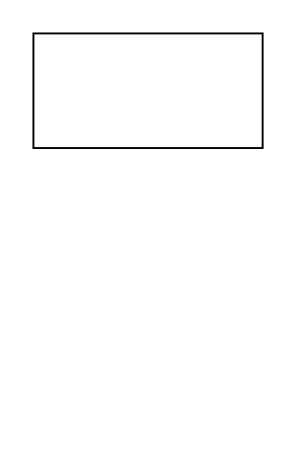
Before: Untitled Diagram.drawio in sampsonguo/CTR_NN, a draw.io diagram. Source tidied: cells renumbered, new cells numbered last; positions are measured from the earlier drawing's top-left corner, leaving out a move shared by most shapes. Both pictures are drawn from the tidied source at 191%, with x=0, y=0 at pixel (32, 32).
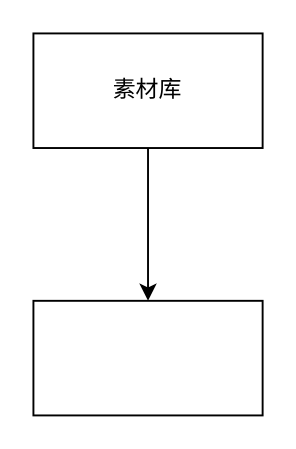
Above is the later version.

The edit, as a diff of the source:
```diff
@@
 <mxGraphModel>
   <root>
     <mxCell id="0" />
     <mxCell id="1" parent="0" />
+    <mxCell id="3" style="edgeStyle=orthogonalEdgeStyle;rounded=0;jettySize=auto;html=1;" parent="1" edge="1" source="2" target="4">
+      <mxGeometry relative="1" as="geometry" />
+    </mxCell>
-    <mxCell id="2" style="rounded=0;whiteSpace=wrap;html=1;" parent="1" vertex="1">
+    <mxCell id="2" value="素材库" style="rounded=0;whiteSpace=wrap;html=1;" parent="1" vertex="1">
       <mxGeometry width="120" height="60" as="geometry" />
     </mxCell>
+    <mxCell id="4" style="rounded=0;whiteSpace=wrap;html=1;" parent="1" vertex="1">
+      <mxGeometry y="140" width="120" height="60" as="geometry" />
+    </mxCell>
   </root>
 </mxGraphModel>
```
